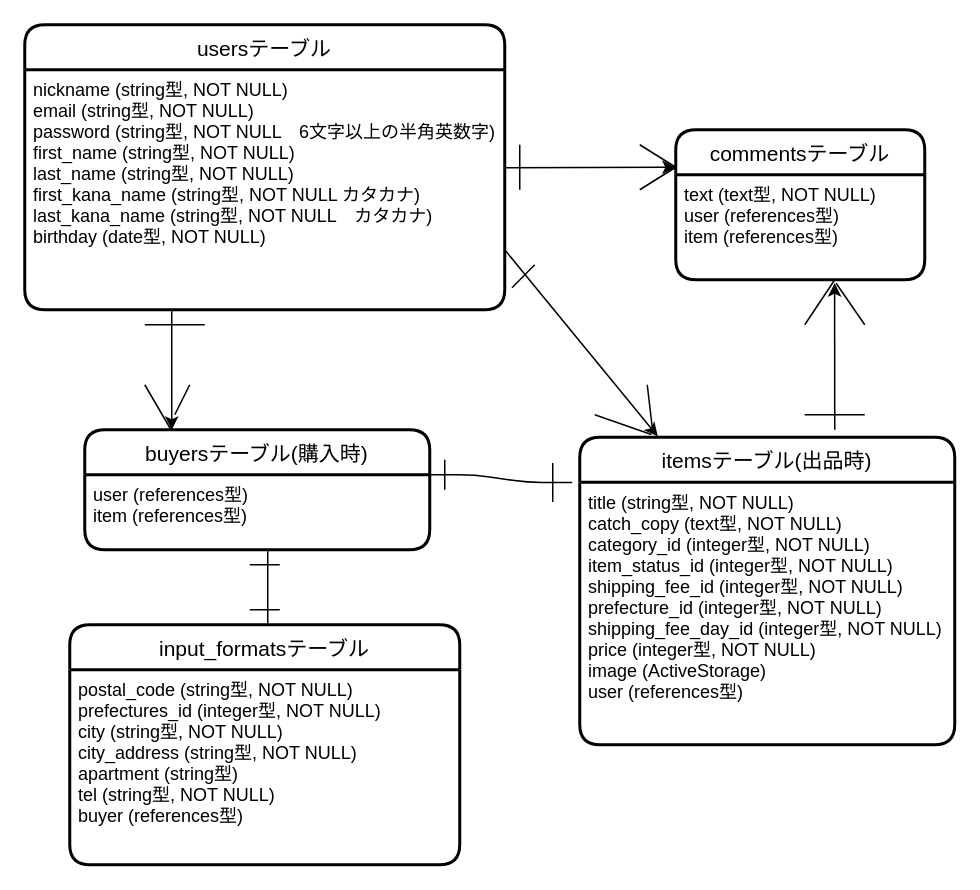
nao1008ya/furima-31053 keeps this draw.io diagram as furima.dio. Above is the earlier version. Source tidied: cells renumbered, new cells numbered last; positions are measured from the earlier drawing's top-left corner, leaving out a move shared by most shapes. Both pictures are drawn from the tidied source at 150%, with x=0, y=0 at pixel (24, 24).
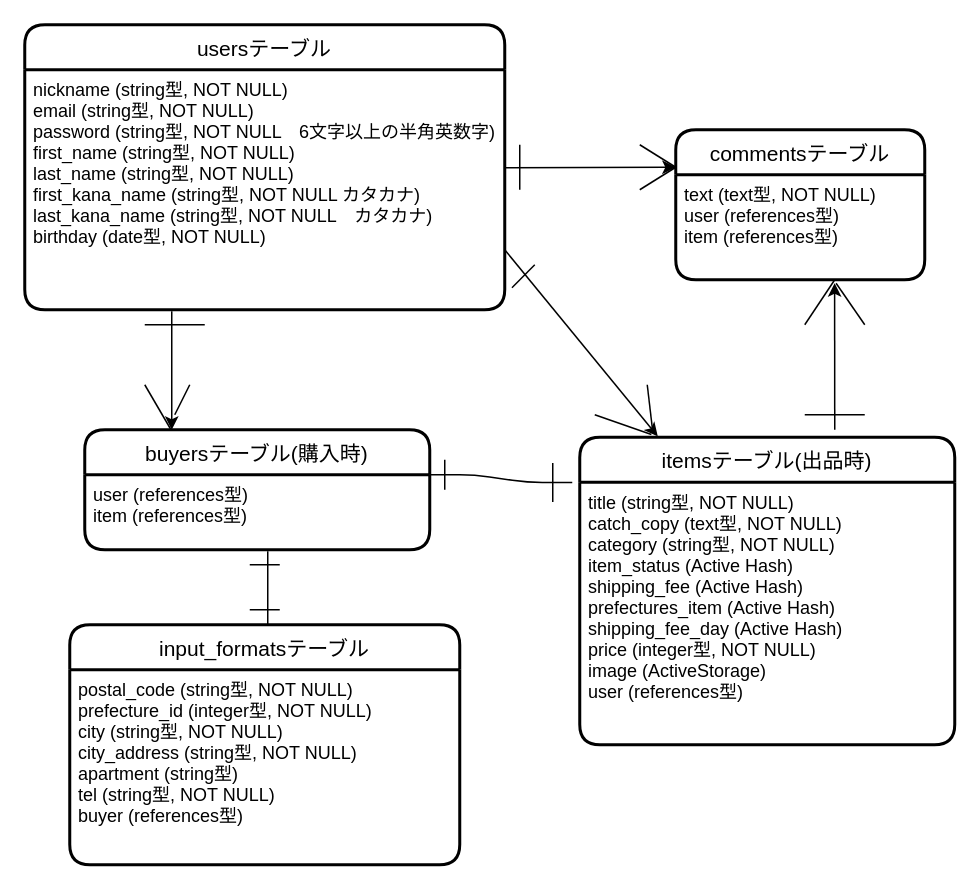
The same diagram, later.

The change refers to these unchanged cells:
```xml
<mxCell id="8" value="itemsテーブル(出品時)" style="swimlane;horizontal=1;startSize=30;rounded=1;fontSize=14;fontStyle=0;strokeWidth=2;shadow=0;dashed=0;align=center;" parent="1" vertex="1">
  <mxGeometry x="370" y="275" width="250" height="205" as="geometry" />
</mxCell>
<mxCell id="29" value="input_formatsテーブル" style="swimlane;horizontal=1;startSize=30;rounded=1;fontSize=14;fontStyle=0;strokeWidth=2;shadow=0;dashed=0;align=center;" parent="1" vertex="1">
  <mxGeometry x="30" y="400" width="260" height="160" as="geometry" />
</mxCell>
```

Change to the diagram source:
```diff
@@
-    <mxCell id="9" value="title (string型, NOT NULL)&#10;catch_copy (text型, NOT NULL)&#10;category_id (integer型, NOT NULL)&#10;item_status_id (integer型, NOT NULL)&#10;shipping_fee_id (integer型, NOT NULL)&#10;prefecture_id (integer型, NOT NULL)&#10;shipping_fee_day_id (integer型, NOT NULL)&#10;price (integer型, NOT NULL)&#10;image (ActiveStorage)&#10;user (references型)" style="align=left;strokeColor=none;fillColor=none;spacingLeft=4;fontSize=12;verticalAlign=top;" parent="8" vertex="1">
+    <mxCell id="9" value="title (string型, NOT NULL)&#10;catch_copy (text型, NOT NULL)&#10;category (string型, NOT NULL)&#10;item_status (Active Hash)&#10;shipping_fee (Active Hash)&#10;prefectures_item (Active Hash)&#10;shipping_fee_day (Active Hash)&#10;price (integer型, NOT NULL)&#10;image (ActiveStorage)&#10;user (references型)" style="align=left;strokeColor=none;fillColor=none;spacingLeft=4;fontSize=12;verticalAlign=top;" parent="8" vertex="1">
       <mxGeometry y="30" width="250" height="175" as="geometry" />
     </mxCell>
@@
-    <mxCell id="30" value="postal_code (string型, NOT NULL)&#10;prefectures_id (integer型, NOT NULL)&#10;city (string型, NOT NULL)&#10;city_address (string型, NOT NULL)&#10;apartment (string型)&#10;tel (string型, NOT NULL)&#10;buyer (references型)" style="align=left;strokeColor=none;fillColor=none;spacingLeft=4;fontSize=12;verticalAlign=top;" parent="29" vertex="1">
+    <mxCell id="30" value="postal_code (string型, NOT NULL)&#10;prefecture_id (integer型, NOT NULL)&#10;city (string型, NOT NULL)&#10;city_address (string型, NOT NULL)&#10;apartment (string型)&#10;tel (string型, NOT NULL)&#10;buyer (references型)" style="align=left;strokeColor=none;fillColor=none;spacingLeft=4;fontSize=12;verticalAlign=top;" parent="29" vertex="1">
       <mxGeometry y="30" width="260" height="130" as="geometry" />
     </mxCell>
```
